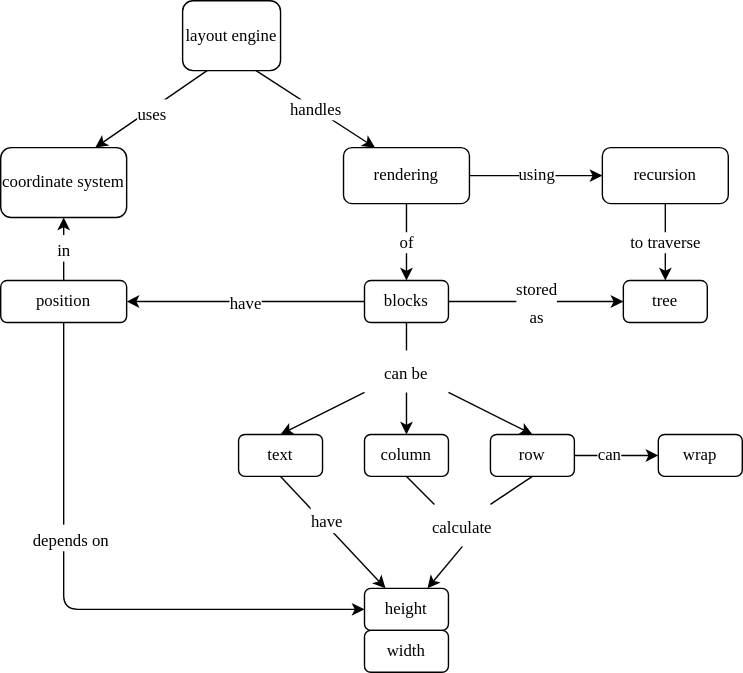
Above: sdxpy/layout/concept_map.svg in gvwilson/thirdbit (draw.io), before the change. Source tidied: cells renumbered, new cells last; positions are measured from the earlier drawing's top-left corner, leaving out a move shared by most shapes.
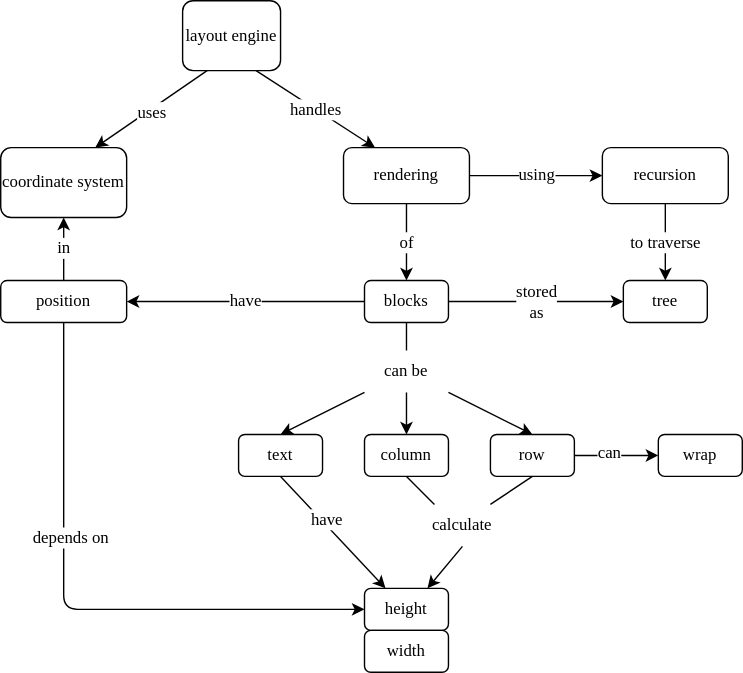
After the change.

What changed in the source:
```diff
@@ -38,78 +38,78 @@
     <mxCell id="13" value="&lt;font style=&quot;font-size: 12px;&quot;&gt;wrap&lt;/font&gt;" style="text;html=1;strokeColor=default;fillColor=none;align=center;verticalAlign=middle;whiteSpace=wrap;rounded=1;fontSize=12;fontFamily=Verdana;" parent="1" vertex="1">
       <mxGeometry x="470" y="310" width="60" height="30" as="geometry" />
     </mxCell>
-    <mxCell id="14" style="endArrow=classic;html=1;rounded=0;entryX=0.75;entryY=0;entryDx=0;entryDy=0;endFill=1;sketch=0;exitX=0.25;exitY=1;exitDx=0;exitDy=0;fontFamily=Verdana;" parent="1" edge="1" source="2" target="3">
+    <mxCell id="14" style="endArrow=classic;html=1;rounded=0;entryX=0.75;entryY=0;entryDx=0;entryDy=0;endFill=1;sketch=0;exitX=0.25;exitY=1;exitDx=0;exitDy=0;fontFamily=Verdana;fontSize=12;" parent="1" edge="1" source="2" target="3">
       <mxGeometry relative="1" as="geometry" />
     </mxCell>
-    <mxCell id="15" value="&lt;font style=&quot;font-size: 12px&quot;&gt;uses&lt;/font&gt;" style="edgeLabel;html=1;align=center;verticalAlign=middle;fontSize=16;fontFamily=Verdana;" parent="14" vertex="1">
+    <mxCell id="15" value="&lt;font style=&quot;font-size: 12px;&quot;&gt;uses&lt;/font&gt;" style="edgeLabel;html=1;align=center;verticalAlign=middle;fontSize=12;fontFamily=Verdana;" parent="14" vertex="1">
       <mxGeometry x="-0.35" y="-3" relative="1" as="geometry">
         <mxPoint x="-13" y="14" as="offset" />
       </mxGeometry>
     </mxCell>
-    <mxCell id="16" value="&lt;font style=&quot;font-size: 12px&quot;&gt;&amp;nbsp;handles&amp;nbsp;&lt;/font&gt;" style="endArrow=classic;html=1;rounded=0;entryX=0.25;entryY=0;entryDx=0;entryDy=0;endFill=1;sketch=0;exitX=0.75;exitY=1;exitDx=0;exitDy=0;fontFamily=Verdana;" parent="1" edge="1" source="2" target="11">
+    <mxCell id="16" value="&lt;font style=&quot;font-size: 12px;&quot;&gt;&amp;nbsp;handles&amp;nbsp;&lt;/font&gt;" style="endArrow=classic;html=1;rounded=0;entryX=0.25;entryY=0;entryDx=0;entryDy=0;endFill=1;sketch=0;exitX=0.75;exitY=1;exitDx=0;exitDy=0;fontFamily=Verdana;fontSize=12;" parent="1" edge="1" source="2" target="11">
       <mxGeometry relative="1" as="geometry" />
     </mxCell>
-    <mxCell id="17" value="&lt;font style=&quot;font-size: 12px&quot;&gt;using&lt;/font&gt;" style="endArrow=classic;html=1;rounded=0;entryX=0;entryY=0.5;entryDx=0;entryDy=0;endFill=1;sketch=0;exitX=1;exitY=0.5;exitDx=0;exitDy=0;fontFamily=Verdana;" parent="1" edge="1" source="11" target="12">
+    <mxCell id="17" value="&lt;font style=&quot;font-size: 12px;&quot;&gt;using&lt;/font&gt;" style="endArrow=classic;html=1;rounded=0;entryX=0;entryY=0.5;entryDx=0;entryDy=0;endFill=1;sketch=0;exitX=1;exitY=0.5;exitDx=0;exitDy=0;fontFamily=Verdana;fontSize=12;" parent="1" edge="1" source="11" target="12">
       <mxGeometry relative="1" as="geometry" />
     </mxCell>
-    <mxCell id="18" value="&lt;font style=&quot;font-size: 12px&quot;&gt;of&lt;/font&gt;" style="endArrow=classic;html=1;rounded=0;entryX=0.5;entryY=0;entryDx=0;entryDy=0;endFill=1;sketch=0;exitX=0.5;exitY=1;exitDx=0;exitDy=0;fontFamily=Verdana;" parent="1" edge="1" source="11" target="4">
+    <mxCell id="18" value="&lt;font style=&quot;font-size: 12px;&quot;&gt;of&lt;/font&gt;" style="endArrow=classic;html=1;rounded=0;entryX=0.5;entryY=0;entryDx=0;entryDy=0;endFill=1;sketch=0;exitX=0.5;exitY=1;exitDx=0;exitDy=0;fontFamily=Verdana;fontSize=12;" parent="1" edge="1" source="11" target="4">
       <mxGeometry relative="1" as="geometry" />
     </mxCell>
-    <mxCell id="19" value="&lt;font style=&quot;font-size: 12px&quot;&gt;can be&lt;/font&gt;" style="text;html=1;strokeColor=none;fillColor=none;align=center;verticalAlign=middle;whiteSpace=wrap;rounded=0;fontFamily=Verdana;fontSize=16;" parent="1" vertex="1">
+    <mxCell id="19" value="&lt;font style=&quot;font-size: 12px;&quot;&gt;can be&lt;/font&gt;" style="text;html=1;strokeColor=none;fillColor=none;align=center;verticalAlign=middle;whiteSpace=wrap;rounded=0;fontFamily=Verdana;fontSize=12;" parent="1" vertex="1">
       <mxGeometry x="260" y="250" width="60" height="30" as="geometry" />
     </mxCell>
-    <mxCell id="20" style="endArrow=none;html=1;rounded=0;sketch=0;fontFamily=Verdana;fontSize=16;entryX=0.5;entryY=1;entryDx=0;entryDy=0;exitX=0.5;exitY=0;exitDx=0;exitDy=0;" parent="1" edge="1" source="19" target="4">
+    <mxCell id="20" style="endArrow=none;html=1;rounded=0;sketch=0;fontFamily=Verdana;fontSize=12;entryX=0.5;entryY=1;entryDx=0;entryDy=0;exitX=0.5;exitY=0;exitDx=0;exitDy=0;" parent="1" edge="1" source="19" target="4">
       <mxGeometry relative="1" as="geometry" />
     </mxCell>
-    <mxCell id="21" style="endArrow=classic;html=1;rounded=0;sketch=0;fontFamily=Verdana;fontSize=16;entryX=0.5;entryY=0;entryDx=0;entryDy=0;exitX=0;exitY=1;exitDx=0;exitDy=0;" parent="1" edge="1" source="19" target="7">
+    <mxCell id="21" style="endArrow=classic;html=1;rounded=0;sketch=0;fontFamily=Verdana;fontSize=12;entryX=0.5;entryY=0;entryDx=0;entryDy=0;exitX=0;exitY=1;exitDx=0;exitDy=0;" parent="1" edge="1" source="19" target="7">
       <mxGeometry relative="1" as="geometry" />
     </mxCell>
-    <mxCell id="22" style="endArrow=classic;html=1;rounded=0;sketch=0;fontFamily=Verdana;fontSize=16;entryX=0.5;entryY=0;entryDx=0;entryDy=0;exitX=0.5;exitY=1;exitDx=0;exitDy=0;" parent="1" edge="1" source="19" target="6">
+    <mxCell id="22" style="endArrow=classic;html=1;rounded=0;sketch=0;fontFamily=Verdana;fontSize=12;entryX=0.5;entryY=0;entryDx=0;entryDy=0;exitX=0.5;exitY=1;exitDx=0;exitDy=0;" parent="1" edge="1" source="19" target="6">
       <mxGeometry relative="1" as="geometry" />
     </mxCell>
-    <mxCell id="23" style="endArrow=classic;html=1;rounded=0;sketch=0;fontFamily=Verdana;fontSize=16;entryX=0.5;entryY=0;entryDx=0;entryDy=0;exitX=1;exitY=1;exitDx=0;exitDy=0;" parent="1" edge="1" source="19" target="5">
+    <mxCell id="23" style="endArrow=classic;html=1;rounded=0;sketch=0;fontFamily=Verdana;fontSize=12;entryX=0.5;entryY=0;entryDx=0;entryDy=0;exitX=1;exitY=1;exitDx=0;exitDy=0;" parent="1" edge="1" source="19" target="5">
       <mxGeometry relative="1" as="geometry" />
     </mxCell>
-    <mxCell id="24" style="endArrow=classic;html=1;rounded=0;sketch=0;fontFamily=Verdana;fontSize=16;entryX=0.25;entryY=0;entryDx=0;entryDy=0;exitX=0.5;exitY=1;exitDx=0;exitDy=0;" parent="1" edge="1" source="7" target="9">
+    <mxCell id="24" style="endArrow=classic;html=1;rounded=0;sketch=0;fontFamily=Verdana;fontSize=12;entryX=0.25;entryY=0;entryDx=0;entryDy=0;exitX=0.5;exitY=1;exitDx=0;exitDy=0;" parent="1" edge="1" source="7" target="9">
       <mxGeometry relative="1" as="geometry" />
     </mxCell>
-    <mxCell id="25" value="&lt;font style=&quot;font-size: 12px&quot;&gt;have&lt;/font&gt;" style="edgeLabel;html=1;align=center;verticalAlign=middle;fontSize=16;fontFamily=Verdana;" parent="24" vertex="1">
+    <mxCell id="25" value="&lt;font style=&quot;font-size: 12px;&quot;&gt;have&lt;/font&gt;" style="edgeLabel;html=1;align=center;verticalAlign=middle;fontSize=12;fontFamily=Verdana;" parent="24" vertex="1">
       <mxGeometry x="-0.19" y="3" relative="1" as="geometry" />
     </mxCell>
-    <mxCell id="26" value="&lt;font style=&quot;font-size: 12px&quot;&gt;calculate&lt;/font&gt;" style="text;html=1;strokeColor=none;fillColor=none;align=center;verticalAlign=middle;whiteSpace=wrap;rounded=0;fontFamily=Verdana;fontSize=16;" parent="1" vertex="1">
+    <mxCell id="26" value="&lt;font style=&quot;font-size: 12px;&quot;&gt;calculate&lt;/font&gt;" style="text;html=1;strokeColor=none;fillColor=none;align=center;verticalAlign=middle;whiteSpace=wrap;rounded=0;fontFamily=Verdana;fontSize=12;" parent="1" vertex="1">
       <mxGeometry x="290" y="360" width="80" height="30" as="geometry" />
     </mxCell>
-    <mxCell id="27" style="endArrow=none;html=1;rounded=0;sketch=0;fontFamily=Verdana;fontSize=16;entryX=0.5;entryY=1;entryDx=0;entryDy=0;exitX=0.25;exitY=0;exitDx=0;exitDy=0;" parent="1" edge="1" source="26" target="6">
+    <mxCell id="27" style="endArrow=none;html=1;rounded=0;sketch=0;fontFamily=Verdana;fontSize=12;entryX=0.5;entryY=1;entryDx=0;entryDy=0;exitX=0.25;exitY=0;exitDx=0;exitDy=0;" parent="1" edge="1" source="26" target="6">
       <mxGeometry relative="1" as="geometry" />
     </mxCell>
-    <mxCell id="28" style="endArrow=none;html=1;rounded=0;sketch=0;fontFamily=Verdana;fontSize=16;entryX=0.5;entryY=1;entryDx=0;entryDy=0;exitX=0.75;exitY=0;exitDx=0;exitDy=0;" parent="1" edge="1" source="26" target="5">
+    <mxCell id="28" style="endArrow=none;html=1;rounded=0;sketch=0;fontFamily=Verdana;fontSize=12;entryX=0.5;entryY=1;entryDx=0;entryDy=0;exitX=0.75;exitY=0;exitDx=0;exitDy=0;" parent="1" edge="1" source="26" target="5">
       <mxGeometry relative="1" as="geometry" />
     </mxCell>
-    <mxCell id="29" style="endArrow=classic;html=1;rounded=0;sketch=0;fontFamily=Verdana;fontSize=16;entryX=0.75;entryY=0;entryDx=0;entryDy=0;exitX=0.5;exitY=1;exitDx=0;exitDy=0;" parent="1" edge="1" source="26" target="9">
+    <mxCell id="29" style="endArrow=classic;html=1;rounded=0;sketch=0;fontFamily=Verdana;fontSize=12;entryX=0.75;entryY=0;entryDx=0;entryDy=0;exitX=0.5;exitY=1;exitDx=0;exitDy=0;" parent="1" edge="1" source="26" target="9">
       <mxGeometry relative="1" as="geometry" />
     </mxCell>
-    <mxCell id="30" style="endArrow=classic;html=1;rounded=0;sketch=0;fontFamily=Verdana;fontSize=16;entryX=0;entryY=0.5;entryDx=0;entryDy=0;exitX=1;exitY=0.5;exitDx=0;exitDy=0;" parent="1" edge="1" source="5" target="13">
+    <mxCell id="30" style="endArrow=classic;html=1;rounded=0;sketch=0;fontFamily=Verdana;fontSize=12;entryX=0;entryY=0.5;entryDx=0;entryDy=0;exitX=1;exitY=0.5;exitDx=0;exitDy=0;" parent="1" edge="1" source="5" target="13">
       <mxGeometry relative="1" as="geometry" />
     </mxCell>
-    <mxCell id="31" value="&lt;font style=&quot;font-size: 12px&quot;&gt;can&lt;/font&gt;" style="edgeLabel;html=1;align=center;verticalAlign=middle;fontSize=16;fontFamily=Verdana;" parent="30" vertex="1">
+    <mxCell id="31" value="&lt;font style=&quot;font-size: 12px;&quot;&gt;can&lt;/font&gt;" style="edgeLabel;html=1;align=center;verticalAlign=middle;fontSize=12;fontFamily=Verdana;" parent="30" vertex="1">
       <mxGeometry x="-0.19" y="3" relative="1" as="geometry" />
     </mxCell>
-    <mxCell id="32" value="&lt;font style=&quot;font-size: 12px&quot;&gt;stored&lt;br&gt;as&lt;/font&gt;" style="endArrow=classic;html=1;rounded=0;sketch=0;fontFamily=Verdana;fontSize=16;entryX=0;entryY=0.5;entryDx=0;entryDy=0;exitX=1;exitY=0.5;exitDx=0;exitDy=0;" parent="1" edge="1" source="4" target="10">
+    <mxCell id="32" value="&lt;font style=&quot;font-size: 12px;&quot;&gt;stored&lt;br style=&quot;font-size: 12px;&quot;&gt;as&lt;/font&gt;" style="endArrow=classic;html=1;rounded=0;sketch=0;fontFamily=Verdana;fontSize=12;entryX=0;entryY=0.5;entryDx=0;entryDy=0;exitX=1;exitY=0.5;exitDx=0;exitDy=0;" parent="1" edge="1" source="4" target="10">
       <mxGeometry relative="1" as="geometry" />
     </mxCell>
-    <mxCell id="33" value="&lt;font style=&quot;font-size: 12px&quot;&gt;to traverse&lt;/font&gt;" style="endArrow=classic;html=1;rounded=0;entryX=0.5;entryY=0;entryDx=0;entryDy=0;endFill=1;sketch=0;exitX=0.5;exitY=1;exitDx=0;exitDy=0;fontFamily=Verdana;" parent="1" edge="1" source="12" target="10">
+    <mxCell id="33" value="&lt;font style=&quot;font-size: 12px;&quot;&gt;to traverse&lt;/font&gt;" style="endArrow=classic;html=1;rounded=0;entryX=0.5;entryY=0;entryDx=0;entryDy=0;endFill=1;sketch=0;exitX=0.5;exitY=1;exitDx=0;exitDy=0;fontFamily=Verdana;fontSize=12;" parent="1" edge="1" source="12" target="10">
       <mxGeometry relative="1" as="geometry" />
     </mxCell>
     <mxCell id="34" value="&lt;font style=&quot;font-size: 12px;&quot;&gt;position&lt;/font&gt;" style="text;html=1;strokeColor=default;fillColor=none;align=center;verticalAlign=middle;whiteSpace=wrap;rounded=1;fontSize=12;fontFamily=Verdana;" parent="1" vertex="1">
       <mxGeometry y="200" width="90" height="30" as="geometry" />
     </mxCell>
-    <mxCell id="35" value="&lt;font style=&quot;font-size: 12px&quot;&gt;have&lt;/font&gt;" style="endArrow=classic;html=1;rounded=0;sketch=0;fontFamily=Verdana;fontSize=16;exitX=0;exitY=0.5;exitDx=0;exitDy=0;entryX=1;entryY=0.5;entryDx=0;entryDy=0;" parent="1" edge="1" source="4" target="34">
+    <mxCell id="35" value="&lt;font style=&quot;font-size: 12px;&quot;&gt;have&lt;/font&gt;" style="endArrow=classic;html=1;rounded=0;sketch=0;fontFamily=Verdana;fontSize=12;exitX=0;exitY=0.5;exitDx=0;exitDy=0;entryX=1;entryY=0.5;entryDx=0;entryDy=0;" parent="1" edge="1" source="4" target="34">
       <mxGeometry relative="1" as="geometry" />
     </mxCell>
-    <mxCell id="36" value="&lt;font style=&quot;font-size: 12px&quot;&gt;in&lt;/font&gt;" style="endArrow=classic;html=1;rounded=0;sketch=0;fontFamily=Verdana;fontSize=16;exitX=0.5;exitY=0;exitDx=0;exitDy=0;entryX=0.5;entryY=1;entryDx=0;entryDy=0;" parent="1" edge="1" source="34" target="3">
+    <mxCell id="36" value="&lt;font style=&quot;font-size: 12px;&quot;&gt;in&lt;/font&gt;" style="endArrow=classic;html=1;rounded=0;sketch=0;fontFamily=Verdana;fontSize=12;exitX=0.5;exitY=0;exitDx=0;exitDy=0;entryX=0.5;entryY=1;entryDx=0;entryDy=0;" parent="1" edge="1" source="34" target="3">
       <mxGeometry relative="1" as="geometry" />
     </mxCell>
-    <mxCell id="37" value="&lt;font style=&quot;font-size: 12px&quot;&gt;depends on&lt;/font&gt;" style="endArrow=classic;html=1;rounded=1;sketch=0;fontFamily=Verdana;fontSize=16;exitX=0.5;exitY=1;exitDx=0;exitDy=0;entryX=0;entryY=0.5;entryDx=0;entryDy=0;" parent="1" edge="1" source="34" target="9">
+    <mxCell id="37" value="&lt;font style=&quot;font-size: 12px;&quot;&gt;depends on&lt;/font&gt;" style="endArrow=classic;html=1;rounded=1;sketch=0;fontFamily=Verdana;fontSize=12;exitX=0.5;exitY=1;exitDx=0;exitDy=0;entryX=0;entryY=0.5;entryDx=0;entryDy=0;" parent="1" edge="1" source="34" target="9">
       <mxGeometry x="-0.27" y="5" relative="1" as="geometry">
         <Array as="points">
           <mxPoint x="45" y="435" />
```
